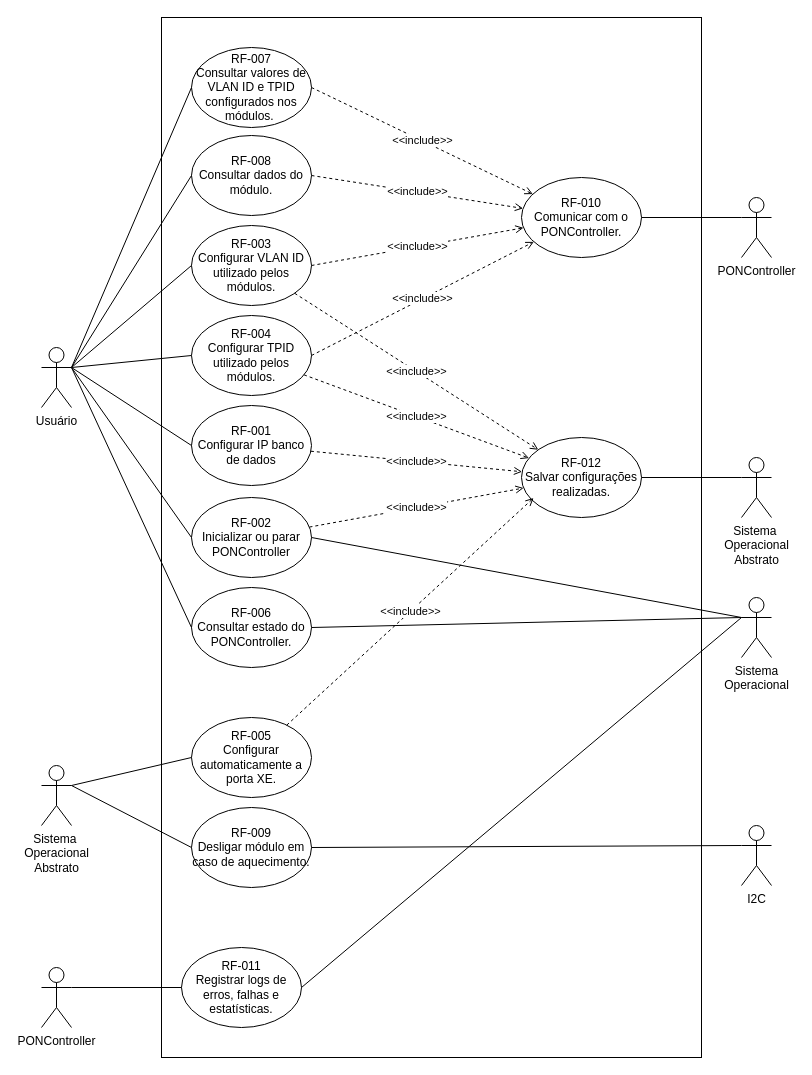
The draw.io diagram casos de uso.drawio in rodolfovick/requisitos, before the edit. Source tidied: cells renumbered, new cells numbered last; positions are measured from the earlier drawing's top-left corner, leaving out a move shared by most shapes. Both pictures are drawn from the tidied source at 100%, with x=0, y=0 at pixel (41, 17).
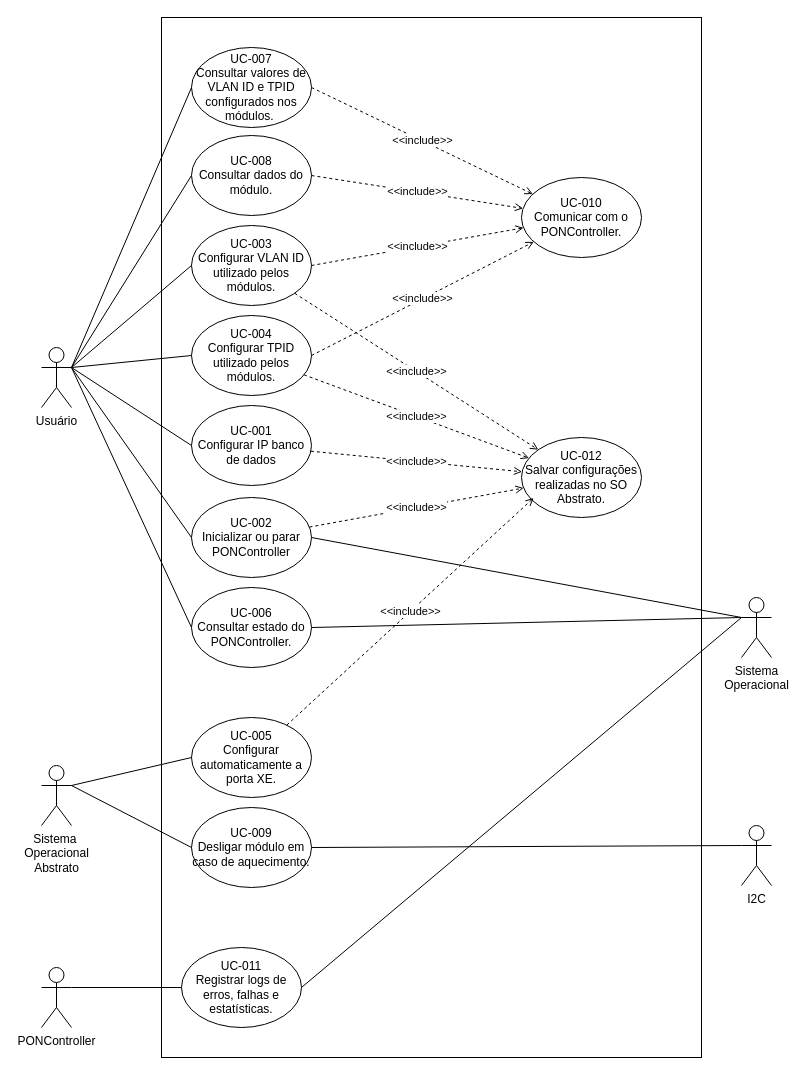
Above is the later version.

Commit message:
Removendo atores duplicados.

What changed in the source:
```diff
@@
-    <mxCell id="4" value="RF-001&lt;br&gt;Configurar IP banco de dados" style="ellipse;whiteSpace=wrap;html=1;fillColor=none;" parent="1" vertex="1">
+    <mxCell id="4" value="UC-001&lt;br&gt;Configurar IP banco de dados" style="ellipse;whiteSpace=wrap;html=1;fillColor=none;" parent="1" vertex="1">
       <mxGeometry x="150" y="388" width="120" height="80" as="geometry" />
     </mxCell>
-    <mxCell id="5" value="RF-002&lt;br&gt;Inicializar ou parar PONController" style="ellipse;whiteSpace=wrap;html=1;fillColor=none;" parent="1" vertex="1">
+    <mxCell id="5" value="UC-002&lt;br&gt;Inicializar ou parar PONController" style="ellipse;whiteSpace=wrap;html=1;fillColor=none;" parent="1" vertex="1">
       <mxGeometry x="150" y="480" width="120" height="80" as="geometry" />
     </mxCell>
-    <mxCell id="6" value="RF-003&lt;br&gt;Configurar VLAN ID utilizado pelos módulos." style="ellipse;whiteSpace=wrap;html=1;fillColor=none;" parent="1" vertex="1">
+    <mxCell id="6" value="UC-003&lt;br&gt;Configurar VLAN ID utilizado pelos módulos." style="ellipse;whiteSpace=wrap;html=1;fillColor=none;" parent="1" vertex="1">
       <mxGeometry x="150" y="208" width="120" height="80" as="geometry" />
     </mxCell>
-    <mxCell id="7" value="RF-004&lt;br&gt;Configurar TPID utilizado pelos módulos." style="ellipse;whiteSpace=wrap;html=1;fillColor=none;" parent="1" vertex="1">
+    <mxCell id="7" value="UC-004&lt;br&gt;Configurar TPID utilizado pelos módulos." style="ellipse;whiteSpace=wrap;html=1;fillColor=none;" parent="1" vertex="1">
       <mxGeometry x="150" y="298" width="120" height="80" as="geometry" />
     </mxCell>
-    <mxCell id="8" value="RF-005&lt;br&gt;Configurar automaticamente a porta XE." style="ellipse;whiteSpace=wrap;html=1;fillColor=none;" parent="1" vertex="1">
+    <mxCell id="8" value="UC-005&lt;br&gt;Configurar automaticamente a porta XE." style="ellipse;whiteSpace=wrap;html=1;fillColor=none;" parent="1" vertex="1">
       <mxGeometry x="150" y="700" width="120" height="80" as="geometry" />
     </mxCell>
-    <mxCell id="9" value="RF-006&lt;br&gt;Consultar estado do PONController." style="ellipse;whiteSpace=wrap;html=1;fillColor=none;" parent="1" vertex="1">
+    <mxCell id="9" value="UC-006&lt;br&gt;Consultar estado do PONController." style="ellipse;whiteSpace=wrap;html=1;fillColor=none;" parent="1" vertex="1">
       <mxGeometry x="150" y="570" width="120" height="80" as="geometry" />
     </mxCell>
-    <mxCell id="10" value="RF-007&lt;br&gt;Consultar valores de VLAN ID e TPID configurados nos módulos.&amp;nbsp;" style="ellipse;whiteSpace=wrap;html=1;fillColor=none;" parent="1" vertex="1">
+    <mxCell id="10" value="UC-007&lt;br&gt;Consultar valores de VLAN ID e TPID configurados nos módulos.&amp;nbsp;" style="ellipse;whiteSpace=wrap;html=1;fillColor=none;" parent="1" vertex="1">
       <mxGeometry x="150" y="30" width="120" height="80" as="geometry" />
     </mxCell>
-    <mxCell id="11" value="RF-008&lt;br&gt;Consultar dados do módulo." style="ellipse;whiteSpace=wrap;html=1;fillColor=none;" parent="1" vertex="1">
+    <mxCell id="11" value="UC-008&lt;br&gt;Consultar dados do módulo." style="ellipse;whiteSpace=wrap;html=1;fillColor=none;" parent="1" vertex="1">
       <mxGeometry x="150" y="118" width="120" height="80" as="geometry" />
     </mxCell>
-    <mxCell id="12" value="RF-009&lt;br&gt;Desligar módulo em caso de aquecimento." style="ellipse;whiteSpace=wrap;html=1;fillColor=none;" parent="1" vertex="1">
+    <mxCell id="12" value="UC-009&lt;br&gt;Desligar módulo em caso de aquecimento." style="ellipse;whiteSpace=wrap;html=1;fillColor=none;" parent="1" vertex="1">
       <mxGeometry x="150" y="790" width="120" height="80" as="geometry" />
     </mxCell>
-    <mxCell id="13" value="RF-010&lt;br&gt;Comunicar com o PONController." style="ellipse;whiteSpace=wrap;html=1;fillColor=none;" parent="1" vertex="1">
+    <mxCell id="13" value="UC-010&lt;br&gt;Comunicar com o PONController." style="ellipse;whiteSpace=wrap;html=1;fillColor=none;" parent="1" vertex="1">
       <mxGeometry x="480" y="160" width="120" height="80" as="geometry" />
     </mxCell>
-    <mxCell id="14" value="PONController" style="shape=umlActor;verticalLabelPosition=bottom;verticalAlign=top;html=1;outlineConnect=0;fillColor=none;" parent="1" vertex="1">
-      <mxGeometry x="700" y="180" width="30" height="60" as="geometry" />
-    </mxCell>
@@
-    <mxCell id="24" style="endArrow=none;html=1;entryX=1;entryY=0.5;entryDx=0;entryDy=0;exitX=0;exitY=0.3333333333333333;exitDx=0;exitDy=0;exitPerimeter=0;" parent="1" edge="1" source="14" target="13">
-      <mxGeometry relative="1" as="geometry" />
-    </mxCell>
@@
-    <mxCell id="35" value="RF-012&lt;br&gt;Salvar configurações realizadas." style="ellipse;whiteSpace=wrap;html=1;" parent="1" vertex="1">
+    <mxCell id="35" value="UC-012&lt;br&gt;Salvar configurações realizadas no SO Abstrato." style="ellipse;whiteSpace=wrap;html=1;" parent="1" vertex="1">
       <mxGeometry x="480" y="420" width="120" height="80" as="geometry" />
     </mxCell>
@@
-    <mxCell id="42" value="RF-011&lt;br&gt;Registrar logs de erros, falhas e estatísticas." style="ellipse;whiteSpace=wrap;html=1;" parent="1" vertex="1">
+    <mxCell id="42" value="UC-011&lt;br&gt;Registrar logs de erros, falhas e estatísticas." style="ellipse;whiteSpace=wrap;html=1;" parent="1" vertex="1">
       <mxGeometry x="140" y="930" width="120" height="80" as="geometry" />
     </mxCell>
@@
-    <mxCell id="45" value="Sistema&amp;nbsp;&lt;br&gt;Operacional&lt;br&gt;Abstrato" style="shape=umlActor;verticalLabelPosition=bottom;verticalAlign=top;html=1;outlineConnect=0;fillColor=none;" parent="1" vertex="1">
-      <mxGeometry x="700" y="440" width="30" height="60" as="geometry" />
-    </mxCell>
-    <mxCell id="46" style="endArrow=none;html=1;entryX=1;entryY=0.5;entryDx=0;entryDy=0;exitX=0;exitY=0.3333333333333333;exitDx=0;exitDy=0;exitPerimeter=0;" parent="1" edge="1" source="45" target="35">
-      <mxGeometry relative="1" as="geometry" />
-    </mxCell>
```
